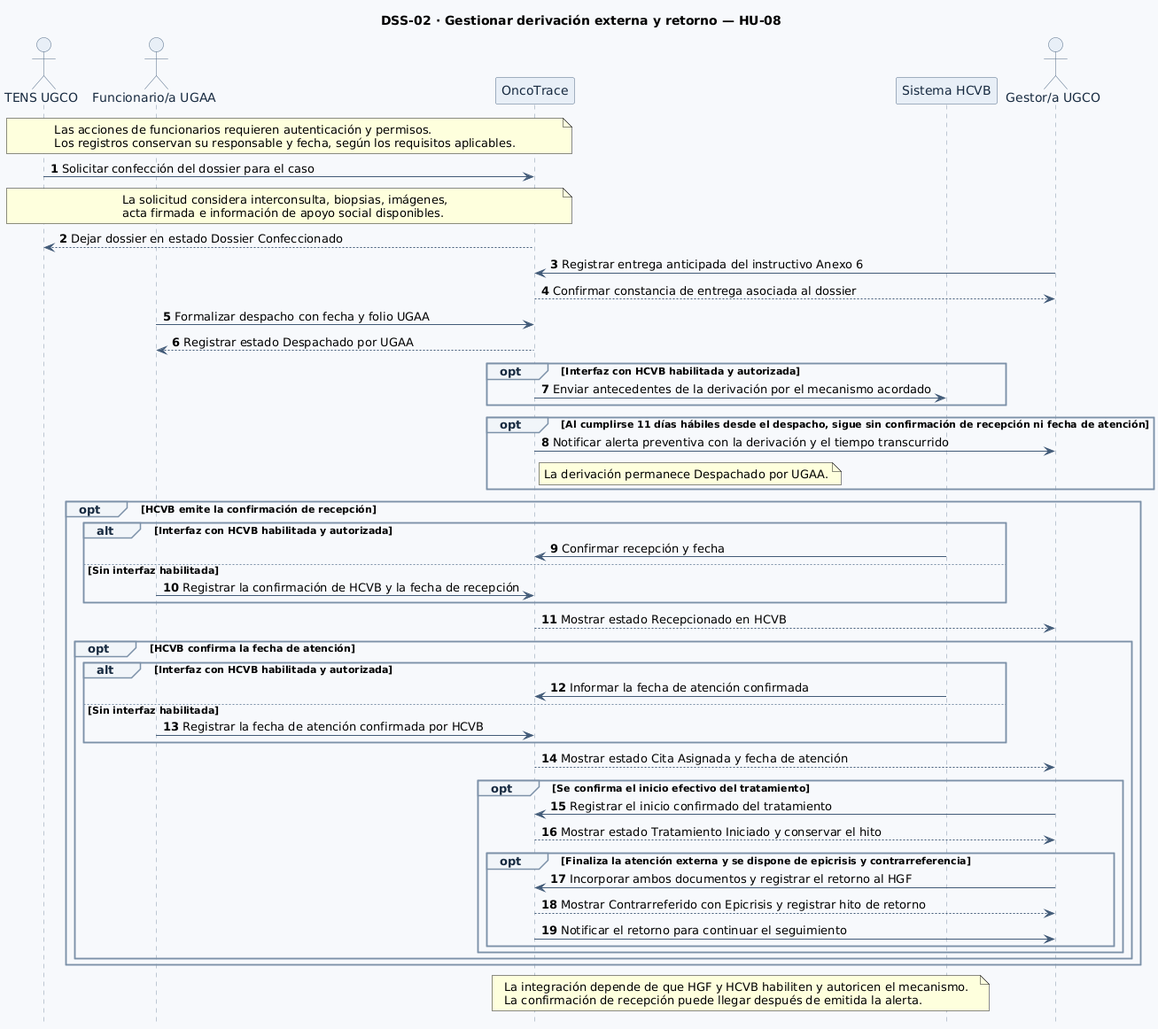
This is diagramas/DSS-02-HU-08.png from br1fz/OncoTrace, a PlantUML export, as it was before one commit.
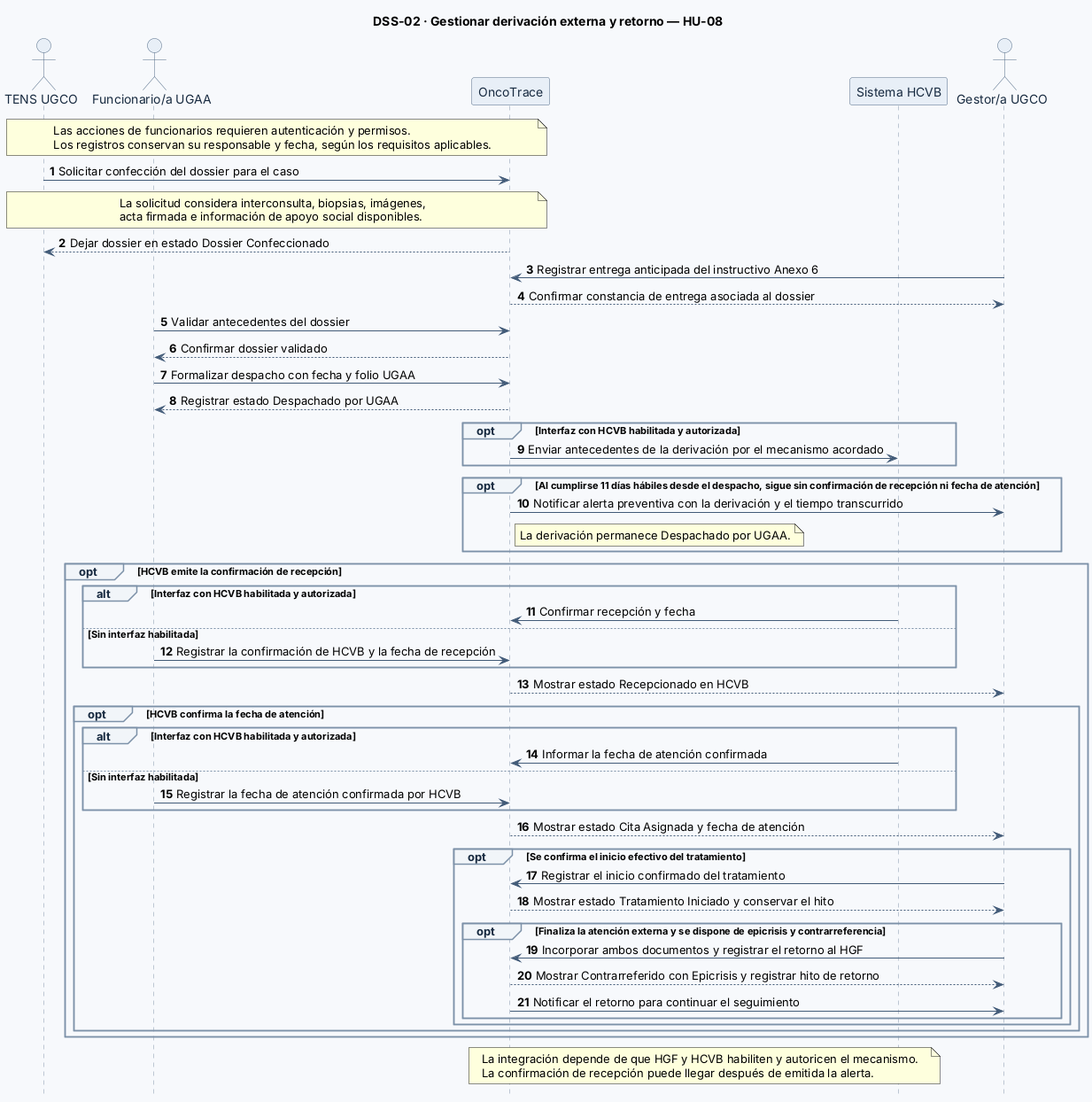
The same diagram one commit later.

Diff of the diagram source:
```diff
@@ -41,6 +41,8 @@
 OT --> TENS: Dejar dossier en estado Dossier Confeccionado
 Gestor -> OT: Registrar entrega anticipada del instructivo Anexo 6
 OT --> Gestor: Confirmar constancia de entrega asociada al dossier
+UGAA -> OT: Validar antecedentes del dossier
+OT --> UGAA: Confirmar dossier validado
 UGAA -> OT: Formalizar despacho con fecha y folio UGAA
 OT --> UGAA: Registrar estado Despachado por UGAA
 
```
